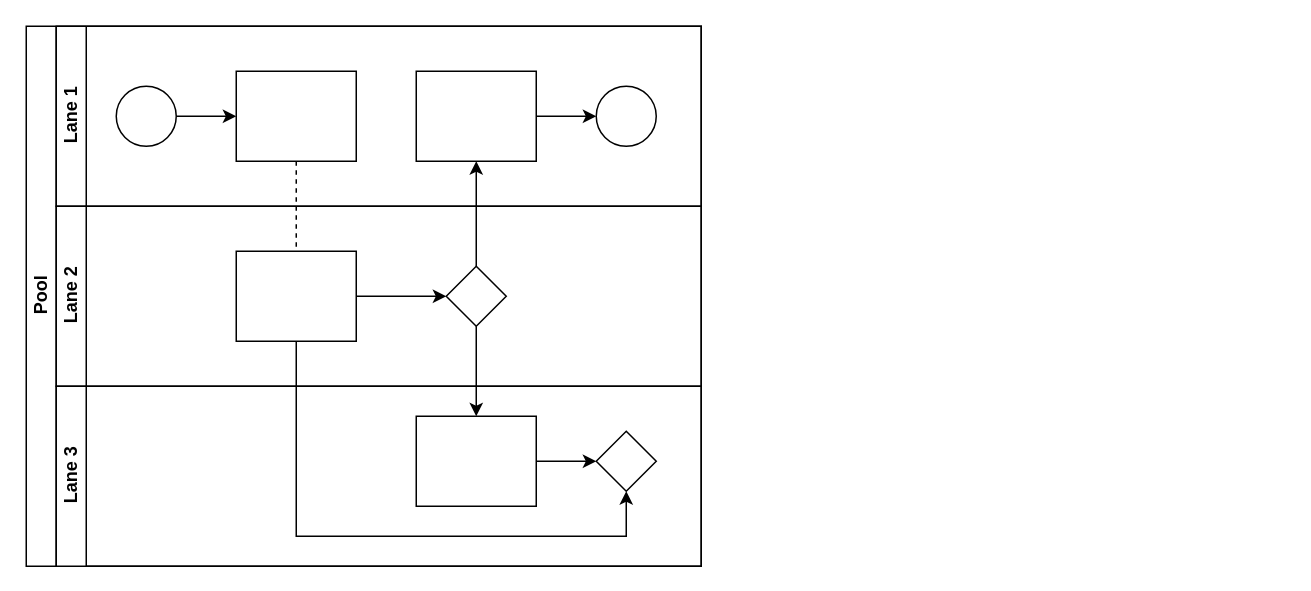
The draw.io diagram Untitled Diagram.drawio in rockstar6789/draw.io.ctto.emcee, before the edit. Source tidied: cells renumbered, new cells numbered last; positions are measured from the earlier drawing's top-left corner, leaving out a move shared by most shapes. Both pictures are drawn from the tidied source at 150%, with x=0, y=0 at pixel (26, 26).
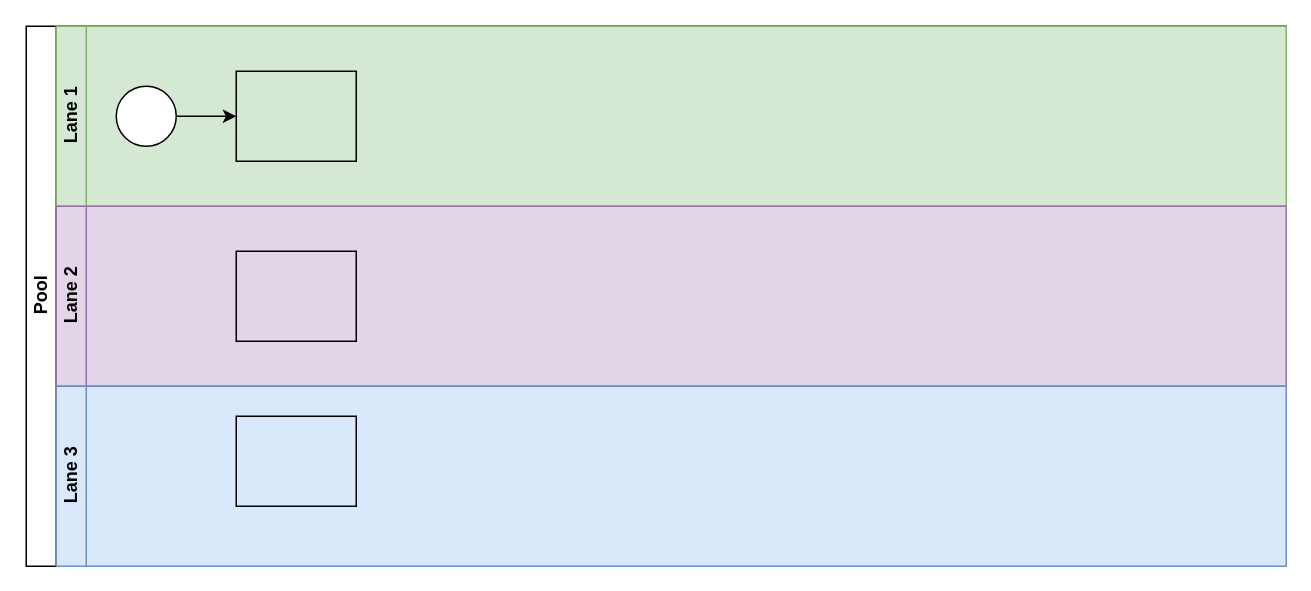
Above is the later version.

What changed in the source:
```diff
@@
     <mxCell id="2" value="Pool" style="swimlane;html=1;horizontal=0;startSize=20;" parent="1" vertex="1">
-      <mxGeometry width="450" height="360" as="geometry" />
+      <mxGeometry width="840" height="360" as="geometry" />
     </mxCell>
@@
-    <mxCell id="4" style="edgeStyle=orthogonalEdgeStyle;rounded=0;jettySize=auto;html=1;endArrow=classic;endFill=1;" parent="2" edge="1" source="17" target="12">
-      <mxGeometry relative="1" as="geometry" />
+    <mxCell id="4" style="edgeStyle=orthogonalEdgeStyle;rounded=0;orthogonalLoop=1;jettySize=auto;html=1;endArrow=classic;endFill=1;" parent="2" edge="1">
+      <mxGeometry relative="1" as="geometry">
+        <mxPoint x="320" y="180" as="sourcePoint" />
+        <mxPoint x="540" y="90" as="targetPoint" />
+      </mxGeometry>
     </mxCell>
-    <mxCell id="5" style="edgeStyle=orthogonalEdgeStyle;rounded=0;jettySize=auto;html=1;endArrow=classic;endFill=1;" parent="2" edge="1" source="17" target="20">
-      <mxGeometry relative="1" as="geometry" />
+    <mxCell id="5" style="edgeStyle=orthogonalEdgeStyle;rounded=0;jettySize=auto;html=1;endArrow=classic;endFill=1;" parent="2" edge="1" target="20">
+      <mxGeometry relative="1" as="geometry">
+        <mxPoint x="300" y="200" as="sourcePoint" />
+      </mxGeometry>
     </mxCell>
-    <mxCell id="6" style="edgeStyle=orthogonalEdgeStyle;rounded=0;jettySize=auto;html=1;endArrow=classic;endFill=1;" parent="2" edge="1" source="16" target="21">
+    <mxCell id="6" style="edgeStyle=orthogonalEdgeStyle;rounded=0;jettySize=auto;html=1;endArrow=classic;endFill=1;" parent="2" edge="1" source="16">
       <mxGeometry relative="1" as="geometry">
+        <mxPoint x="400" y="310" as="targetPoint" />
         <Array as="points">
           <mxPoint x="180" y="340" />
           <mxPoint x="400" y="340" />
         </Array>
       </mxGeometry>
     </mxCell>
-    <mxCell id="7" value="Lane 1" style="swimlane;html=1;startSize=20;horizontal=0;" parent="2" vertex="1">
-      <mxGeometry x="20" width="430" height="120" as="geometry" />
+    <mxCell id="7" value="Lane 1" style="swimlane;html=1;startSize=20;horizontal=0;fillColor=#d5e8d4;strokeColor=#82b366;swimlaneFillColor=#D5E8D4;" parent="2" vertex="1">
+      <mxGeometry x="20" width="820" height="120" as="geometry" />
     </mxCell>
@@
-    <mxCell id="10" style="rounded=0;whiteSpace=wrap;html=1;fontFamily=Helvetica;fontSize=12;fontColor=#000000;align=center;" parent="7" vertex="1">
+    <mxCell id="10" style="rounded=0;whiteSpace=wrap;html=1;fontFamily=Helvetica;fontSize=12;align=center;fillColor=#d5e8d4;strokeColor=#000000;" parent="7" vertex="1">
       <mxGeometry x="120" y="30" width="80" height="60" as="geometry" />
     </mxCell>
-    <mxCell id="11" style="edgeStyle=orthogonalEdgeStyle;rounded=0;jettySize=auto;html=1;endArrow=classic;endFill=1;" parent="7" edge="1" source="12" target="13">
-      <mxGeometry relative="1" as="geometry" />
-    </mxCell>
-    <mxCell id="12" style="rounded=0;whiteSpace=wrap;html=1;fontFamily=Helvetica;fontSize=12;fontColor=#000000;align=center;" parent="7" vertex="1">
-      <mxGeometry x="240" y="30" width="80" height="60" as="geometry" />
-    </mxCell>
-    <mxCell id="13" style="ellipse;whiteSpace=wrap;html=1;" parent="7" vertex="1">
-      <mxGeometry x="360" y="40" width="40" height="40" as="geometry" />
-    </mxCell>
-    <mxCell id="14" value="Lane 2" style="swimlane;html=1;startSize=20;horizontal=0;" parent="2" vertex="1">
-      <mxGeometry x="20" y="120" width="430" height="120" as="geometry" />
+    <mxCell id="14" value="Lane 2" style="swimlane;html=1;startSize=20;horizontal=0;fillColor=#e1d5e7;strokeColor=#9673a6;swimlaneFillColor=#E1D5E7;" parent="2" vertex="1">
+      <mxGeometry x="20" y="120" width="820" height="120" as="geometry" />
     </mxCell>
-    <mxCell id="15" style="edgeStyle=orthogonalEdgeStyle;rounded=0;jettySize=auto;html=1;endArrow=classic;endFill=1;" parent="14" edge="1" source="16" target="17">
-      <mxGeometry relative="1" as="geometry" />
-    </mxCell>
-    <mxCell id="16" style="rounded=0;whiteSpace=wrap;html=1;fontFamily=Helvetica;fontSize=12;fontColor=#000000;align=center;" parent="14" vertex="1">
+    <mxCell id="16" style="rounded=0;whiteSpace=wrap;html=1;fontFamily=Helvetica;fontSize=12;fontColor=#000000;align=center;fillColor=#E1D5E7;" parent="14" vertex="1">
       <mxGeometry x="120" y="30" width="80" height="60" as="geometry" />
     </mxCell>
-    <mxCell id="17" style="rhombus;whiteSpace=wrap;html=1;fontFamily=Helvetica;fontSize=12;fontColor=#000000;align=center;" parent="14" vertex="1">
-      <mxGeometry x="260" y="40" width="40" height="40" as="geometry" />
-    </mxCell>
-    <mxCell id="18" value="Lane 3" style="swimlane;html=1;startSize=20;horizontal=0;" parent="2" vertex="1">
-      <mxGeometry x="20" y="240" width="430" height="120" as="geometry" />
+    <mxCell id="18" value="Lane 3" style="swimlane;html=1;startSize=20;horizontal=0;fillColor=#dae8fc;strokeColor=#6c8ebf;swimlaneFillColor=#DAE8FC;" parent="2" vertex="1">
+      <mxGeometry x="20" y="240" width="820" height="120" as="geometry" />
     </mxCell>
-    <mxCell id="19" style="edgeStyle=orthogonalEdgeStyle;rounded=0;jettySize=auto;html=1;endArrow=classic;endFill=1;" parent="18" edge="1" source="20" target="21">
-      <mxGeometry relative="1" as="geometry" />
-    </mxCell>
-    <mxCell id="20" style="rounded=0;whiteSpace=wrap;html=1;fontFamily=Helvetica;fontSize=12;fontColor=#000000;align=center;" parent="18" vertex="1">
-      <mxGeometry x="240" y="20" width="80" height="60" as="geometry" />
+    <mxCell id="20" style="rounded=0;whiteSpace=wrap;html=1;fontFamily=Helvetica;fontSize=12;fontColor=#000000;align=center;fillColor=#DAE8FC;" parent="18" vertex="1">
+      <mxGeometry x="120" y="20" width="80" height="60" as="geometry" />
     </mxCell>
-    <mxCell id="21" style="rhombus;whiteSpace=wrap;html=1;fontFamily=Helvetica;fontSize=12;fontColor=#000000;align=center;" parent="18" vertex="1">
-      <mxGeometry x="360" y="30" width="40" height="40" as="geometry" />
-    </mxCell>
```
